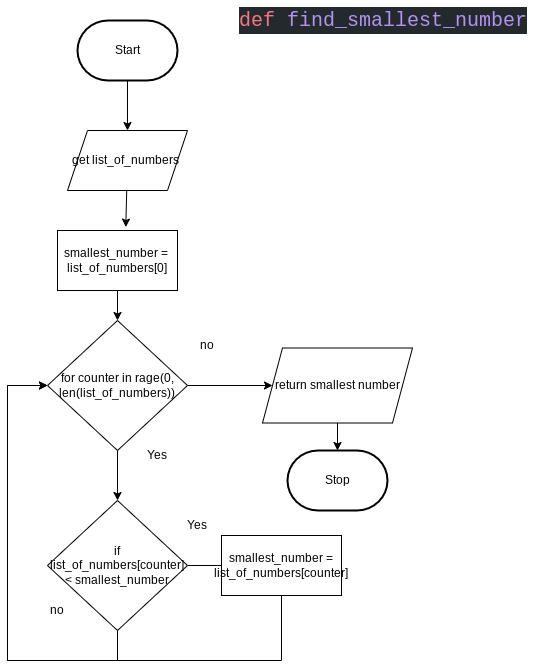
Kyanh-Pham/ICS3U-Unit-6-03-Python keeps this draw.io diagram as flowchat.png. Above is the earlier version. Source tidied: cells renumbered, new cells last; positions are measured from the earlier drawing's top-left corner, leaving out a move shared by most shapes. Its diagram source:
```xml
<mxGraphModel>
  <root>
    <mxCell id="0" />
    <mxCell id="1" parent="0" />
    <mxCell id="2" style="edgeStyle=none;html=1;" parent="1" edge="1" source="3">
      <mxGeometry relative="1" as="geometry">
        <mxPoint x="120" y="130" as="targetPoint" />
      </mxGeometry>
    </mxCell>
    <mxCell id="3" value="Start" style="strokeWidth=2;html=1;shape=mxgraph.flowchart.terminator;whiteSpace=wrap;" parent="1" vertex="1">
      <mxGeometry x="70" y="20" width="100" height="60" as="geometry" />
    </mxCell>
    <mxCell id="4" style="edgeStyle=none;html=1;entryX=0.569;entryY=-0.057;entryDx=0;entryDy=0;entryPerimeter=0;" parent="1" edge="1" source="5">
      <mxGeometry relative="1" as="geometry">
        <mxPoint x="118.3" y="226.6" as="targetPoint" />
      </mxGeometry>
    </mxCell>
    <mxCell id="5" value="get list_of_numbers&amp;nbsp;" style="shape=parallelogram;perimeter=parallelogramPerimeter;whiteSpace=wrap;html=1;fixedSize=1;" parent="1" vertex="1">
      <mxGeometry x="60" y="130" width="120" height="60" as="geometry" />
    </mxCell>
    <mxCell id="6" style="edgeStyle=none;html=1;entryX=0.5;entryY=0;entryDx=0;entryDy=0;" parent="1" edge="1" target="9">
      <mxGeometry relative="1" as="geometry">
        <mxPoint x="110" y="290" as="sourcePoint" />
      </mxGeometry>
    </mxCell>
    <mxCell id="7" style="edgeStyle=none;html=1;entryX=0.5;entryY=0;entryDx=0;entryDy=0;" parent="1" edge="1" source="9" target="12">
      <mxGeometry relative="1" as="geometry" />
    </mxCell>
    <mxCell id="8" style="edgeStyle=orthogonalEdgeStyle;rounded=0;html=1;entryX=0;entryY=0.5;entryDx=0;entryDy=0;" parent="1" edge="1" source="9" target="21">
      <mxGeometry relative="1" as="geometry" />
    </mxCell>
    <mxCell id="9" value="for counter in rage(0, len(list_of_numbers))" style="rhombus;whiteSpace=wrap;html=1;" parent="1" vertex="1">
      <mxGeometry x="40" y="320" width="140" height="130" as="geometry" />
    </mxCell>
    <mxCell id="10" style="edgeStyle=none;html=1;" parent="1" edge="1" source="12">
      <mxGeometry relative="1" as="geometry">
        <mxPoint x="240" y="565" as="targetPoint" />
      </mxGeometry>
    </mxCell>
    <mxCell id="11" style="edgeStyle=orthogonalEdgeStyle;html=1;rounded=0;entryX=0;entryY=0.5;entryDx=0;entryDy=0;" parent="1" edge="1" source="12" target="9">
      <mxGeometry relative="1" as="geometry">
        <Array as="points">
          <mxPoint x="110" y="660" />
          <mxPoint y="660" />
          <mxPoint y="385" />
        </Array>
      </mxGeometry>
    </mxCell>
    <mxCell id="12" value="if list_of_numbers[counter] &amp;lt; smallest_number" style="rhombus;whiteSpace=wrap;html=1;" parent="1" vertex="1">
      <mxGeometry x="40" y="500" width="140" height="130" as="geometry" />
    </mxCell>
    <mxCell id="13" style="edgeStyle=orthogonalEdgeStyle;rounded=0;html=1;entryX=0;entryY=0.5;entryDx=0;entryDy=0;" parent="1" edge="1" source="14" target="9">
      <mxGeometry relative="1" as="geometry">
        <Array as="points">
          <mxPoint x="274" y="660" />
          <mxPoint y="660" />
          <mxPoint y="385" />
        </Array>
      </mxGeometry>
    </mxCell>
    <mxCell id="14" value="smallest_number = list_of_numbers[counter]" style="rounded=0;whiteSpace=wrap;html=1;" parent="1" vertex="1">
      <mxGeometry x="214" y="535" width="120" height="60" as="geometry" />
    </mxCell>
    <mxCell id="15" value="smallest_number =&amp;nbsp;&lt;br&gt;list_of_numbers[0]" style="rounded=0;whiteSpace=wrap;html=1;" parent="1" vertex="1">
      <mxGeometry x="50" y="230" width="120" height="60" as="geometry" />
    </mxCell>
    <mxCell id="16" value="Yes" style="text;html=1;strokeColor=none;fillColor=none;align=center;verticalAlign=middle;whiteSpace=wrap;rounded=0;" parent="1" vertex="1">
      <mxGeometry x="160" y="510" width="60" height="30" as="geometry" />
    </mxCell>
    <mxCell id="17" value="no" style="text;html=1;strokeColor=none;fillColor=none;align=center;verticalAlign=middle;whiteSpace=wrap;rounded=0;" parent="1" vertex="1">
      <mxGeometry x="20" y="595" width="60" height="30" as="geometry" />
    </mxCell>
    <mxCell id="18" value="Yes" style="text;html=1;strokeColor=none;fillColor=none;align=center;verticalAlign=middle;whiteSpace=wrap;rounded=0;" parent="1" vertex="1">
      <mxGeometry x="120" y="440" width="60" height="30" as="geometry" />
    </mxCell>
    <mxCell id="19" value="no" style="text;html=1;strokeColor=none;fillColor=none;align=center;verticalAlign=middle;whiteSpace=wrap;rounded=0;" parent="1" vertex="1">
      <mxGeometry x="170" y="330" width="60" height="30" as="geometry" />
    </mxCell>
    <mxCell id="20" style="edgeStyle=orthogonalEdgeStyle;rounded=0;html=1;entryX=0.5;entryY=0;entryDx=0;entryDy=0;entryPerimeter=0;" parent="1" edge="1" source="21" target="22">
      <mxGeometry relative="1" as="geometry" />
    </mxCell>
    <mxCell id="21" value="return smallest number" style="shape=parallelogram;perimeter=parallelogramPerimeter;whiteSpace=wrap;html=1;fixedSize=1;" parent="1" vertex="1">
      <mxGeometry x="255" y="347.5" width="150" height="75" as="geometry" />
    </mxCell>
    <mxCell id="22" value="Stop" style="strokeWidth=2;html=1;shape=mxgraph.flowchart.terminator;whiteSpace=wrap;" parent="1" vertex="1">
      <mxGeometry x="280" y="450" width="100" height="60" as="geometry" />
    </mxCell>
    <mxCell id="23" value="&lt;div style=&quot;color: rgb(225, 228, 232); background-color: rgb(36, 41, 46); font-family: &amp;quot;comic mono&amp;quot;, consolas, &amp;quot;courier new&amp;quot;, monospace, consolas, &amp;quot;courier new&amp;quot;, monospace; font-weight: normal; font-size: 20px; line-height: 27px;&quot;&gt;&lt;div&gt;&lt;span style=&quot;color: #f97583&quot;&gt;def&lt;/span&gt;&lt;span style=&quot;color: #e1e4e8&quot;&gt; &lt;/span&gt;&lt;span style=&quot;color: #b392f0&quot;&gt;find_smallest_number&lt;/span&gt;&lt;/div&gt;&lt;/div&gt;" style="text;whiteSpace=wrap;html=1;" parent="1" vertex="1">
      <mxGeometry x="230" width="310" height="40" as="geometry" />
    </mxCell>
  </root>
</mxGraphModel>
```
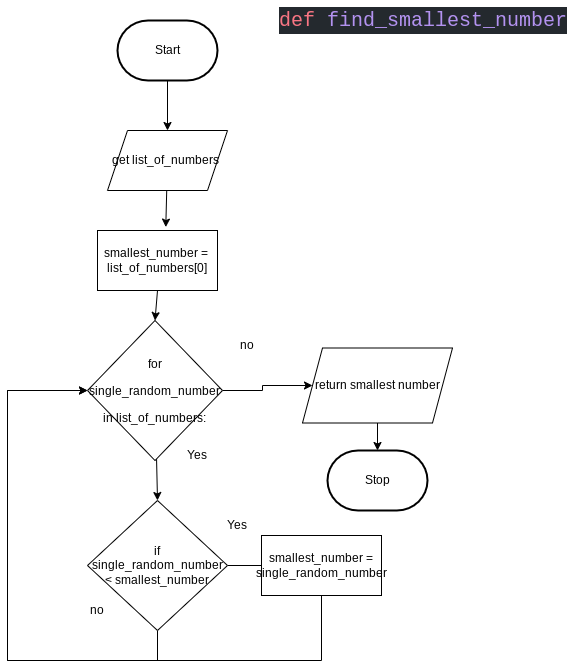
Later version of the same file.

What changed in the source:
```diff
@@ -29,36 +29,38 @@
     <mxCell id="8" style="edgeStyle=orthogonalEdgeStyle;rounded=0;html=1;entryX=0;entryY=0.5;entryDx=0;entryDy=0;" parent="1" edge="1" source="9" target="21">
       <mxGeometry relative="1" as="geometry" />
     </mxCell>
-    <mxCell id="9" value="for counter in rage(0, len(list_of_numbers))" style="rhombus;whiteSpace=wrap;html=1;" parent="1" vertex="1">
-      <mxGeometry x="40" y="320" width="140" height="130" as="geometry" />
+    <mxCell id="9" value="&lt;div style=&quot;line-height: 27px&quot;&gt;for single_random_number in list_of_numbers:&lt;/div&gt;" style="rhombus;whiteSpace=wrap;html=1;" parent="1" vertex="1">
+      <mxGeometry x="40" y="320" width="135" height="140" as="geometry" />
     </mxCell>
     <mxCell id="10" style="edgeStyle=none;html=1;" parent="1" edge="1" source="12">
       <mxGeometry relative="1" as="geometry">
         <mxPoint x="240" y="565" as="targetPoint" />
       </mxGeometry>
     </mxCell>
-    <mxCell id="11" style="edgeStyle=orthogonalEdgeStyle;html=1;rounded=0;entryX=0;entryY=0.5;entryDx=0;entryDy=0;" parent="1" edge="1" source="12" target="9">
-      <mxGeometry relative="1" as="geometry">
-        <Array as="points">
-          <mxPoint x="110" y="660" />
-          <mxPoint y="660" />
-          <mxPoint y="385" />
-        </Array>
-      </mxGeometry>
-    </mxCell>
+    <mxCell id="24" style="edgeStyle=orthogonalEdgeStyle;rounded=0;html=1;fontFamily=Helvetica;fontSize=12;fontColor=#F0F0F0;" parent="1" edge="1" source="12">
+      <mxGeometry relative="1" as="geometry">
+        <mxPoint x="40" y="390" as="targetPoint" />
+        <Array as="points">
+          <mxPoint x="110" y="660" />
+          <mxPoint x="-40" y="660" />
+          <mxPoint x="-40" y="390" />
+          <mxPoint x="40" y="390" />
+        </Array>
+      </mxGeometry>
+    </mxCell>
-    <mxCell id="12" value="if list_of_numbers[counter] &amp;lt; smallest_number" style="rhombus;whiteSpace=wrap;html=1;" parent="1" vertex="1">
+    <mxCell id="12" value="if single_random_number &amp;lt; smallest_number" style="rhombus;whiteSpace=wrap;html=1;" parent="1" vertex="1">
       <mxGeometry x="40" y="500" width="140" height="130" as="geometry" />
     </mxCell>
-    <mxCell id="13" style="edgeStyle=orthogonalEdgeStyle;rounded=0;html=1;entryX=0;entryY=0.5;entryDx=0;entryDy=0;" parent="1" edge="1" source="14" target="9">
+    <mxCell id="13" style="edgeStyle=orthogonalEdgeStyle;html=1;entryX=0;entryY=0.5;entryDx=0;entryDy=0;fontFamily=Helvetica;fontSize=12;fontColor=#F0F0F0;rounded=0;" parent="1" edge="1" source="14" target="9">
       <mxGeometry relative="1" as="geometry">
         <Array as="points">
           <mxPoint x="274" y="660" />
-          <mxPoint y="660" />
-          <mxPoint y="385" />
+          <mxPoint x="-40" y="660" />
+          <mxPoint x="-40" y="390" />
         </Array>
       </mxGeometry>
     </mxCell>
-    <mxCell id="14" value="smallest_number = list_of_numbers[counter]" style="rounded=0;whiteSpace=wrap;html=1;" parent="1" vertex="1">
+    <mxCell id="14" value="smallest_number = single_random_number" style="rounded=0;whiteSpace=wrap;html=1;" parent="1" vertex="1">
       <mxGeometry x="214" y="535" width="120" height="60" as="geometry" />
     </mxCell>
     <mxCell id="15" value="smallest_number =&amp;nbsp;&lt;br&gt;list_of_numbers[0]" style="rounded=0;whiteSpace=wrap;html=1;" parent="1" vertex="1">
```
